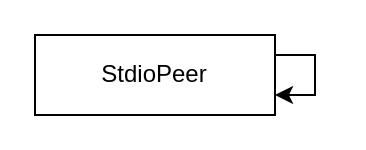
Earlier version of the draw.io diagram rua/examples/echo.drawio (DiscreteTom/ruast). Source tidied: cells renumbered, new cells numbered last; positions are measured from the earlier drawing's top-left corner, leaving out a move shared by most shapes. Both pictures are drawn from the tidied source at 200%, with x=0, y=0 at pixel (34, 34).
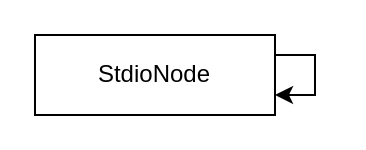
The same diagram, later.

Diff of the diagram source:
```diff
@@
 <mxGraphModel>
   <root>
     <mxCell id="0" />
     <mxCell id="1" parent="0" />
-    <mxCell id="2" value="StdioPeer" style="rounded=0;whiteSpace=wrap;html=1;" parent="1" vertex="1">
+    <mxCell id="2" value="StdioNode" style="rounded=0;whiteSpace=wrap;html=1;" parent="1" vertex="1">
       <mxGeometry width="120" height="40" as="geometry" />
     </mxCell>
     <mxCell id="3" style="edgeStyle=orthogonalEdgeStyle;rounded=0;orthogonalLoop=1;jettySize=auto;html=1;" parent="1" edge="1" source="2" target="2">
       <mxGeometry relative="1" as="geometry" />
     </mxCell>
   </root>
 </mxGraphModel>
```
